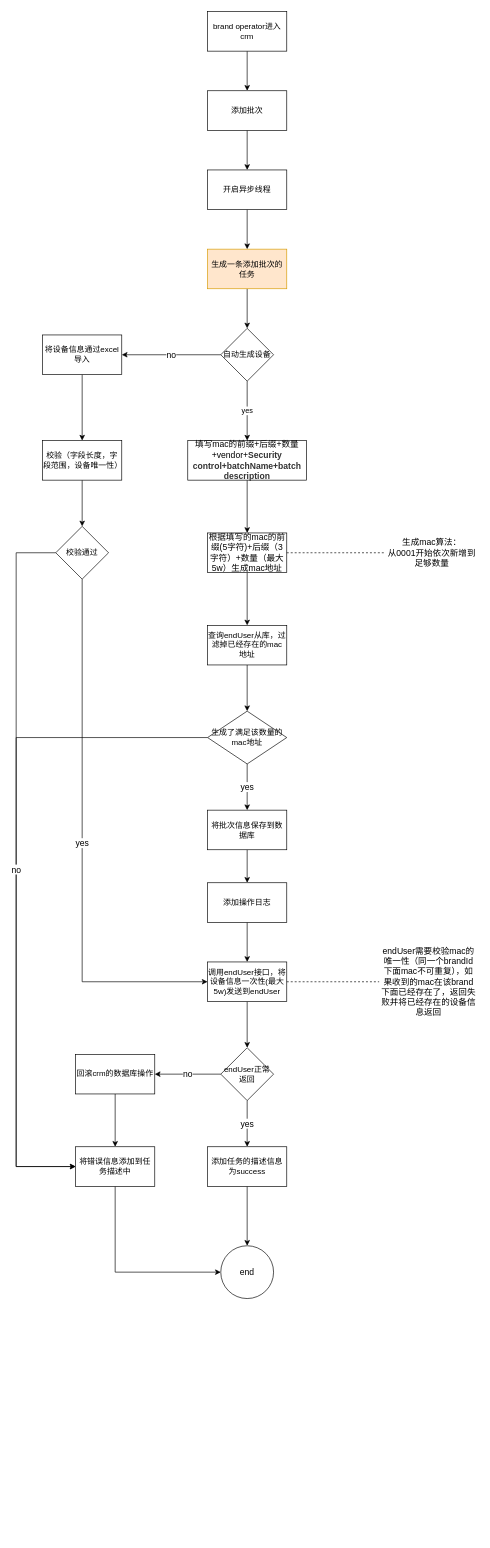
Above: 预付费.drawio in zqhait/drawio (draw.io), before the change. Source tidied: cells renumbered, new cells numbered last; positions are measured from the earlier drawing's top-left corner, leaving out a move shared by most shapes. Both pictures are drawn from the tidied source at 66%, with x=0, y=0 at pixel (16, 11).
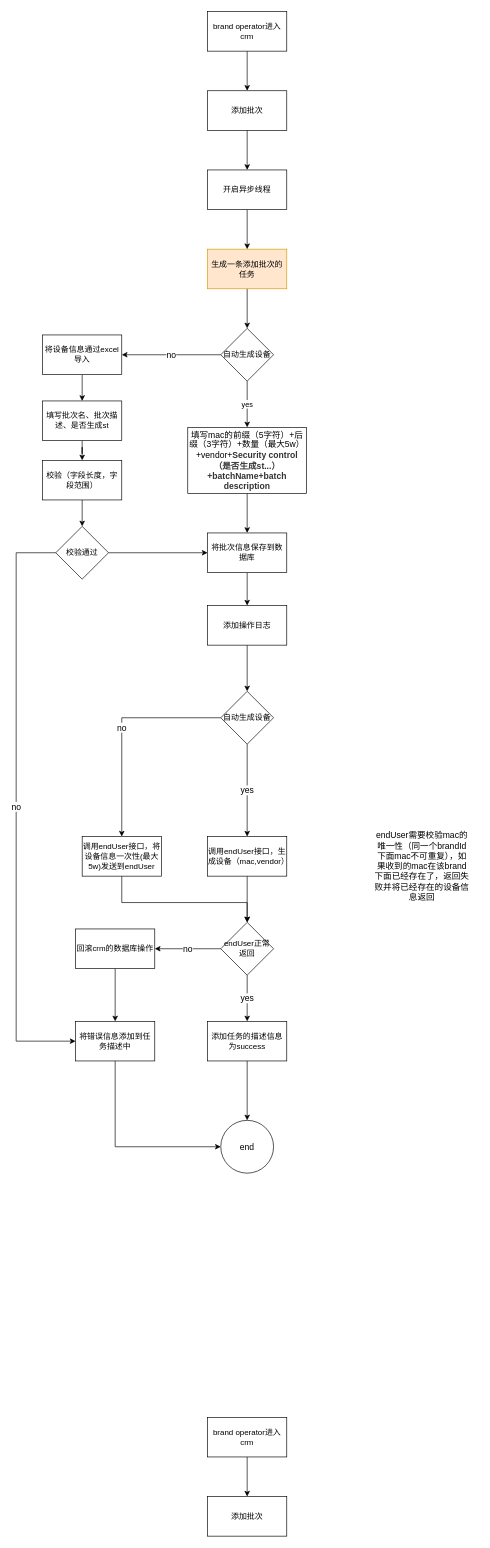
The same page after the edit.

Commit message:
更新预付费.drawio

The change refers to these unchanged cells:
```xml
<mxCell id="40" value="将设备信息通过excel导入" style="whiteSpace=wrap;html=1;rounded=0;" parent="1" vertex="1">
  <mxGeometry x="40" y="490" width="120" height="60" as="geometry" />
</mxCell>
<mxCell id="45" value="校验通过" style="rhombus;whiteSpace=wrap;html=1;rounded=0;" parent="1" vertex="1">
  <mxGeometry x="60" y="780" width="80" height="80" as="geometry" />
</mxCell>
```

The edit, as a diff of the source:
```diff
@@
-    <mxCell id="7" style="edgeStyle=orthogonalEdgeStyle;rounded=0;jettySize=auto;html=1;fontSize=13;" parent="1" edge="1" source="8" target="10">
-      <mxGeometry relative="1" as="geometry" />
-    </mxCell>
+    <mxCell id="49" style="edgeStyle=orthogonalEdgeStyle;rounded=0;jettySize=auto;html=1;fontSize=13;" parent="1" edge="1" source="8" target="23">
+      <mxGeometry relative="1" as="geometry" />
+    </mxCell>
-    <mxCell id="8" value="&lt;font style=&quot;font-size: 13px;&quot;&gt;填写mac的前缀+后缀+数量+vendor+&lt;span style=&quot;color: rgb(51, 51, 51); font-family: &amp;quot;Arial Negreta&amp;quot;, &amp;quot;Arial Normal&amp;quot;, Arial, sans-serif; font-weight: 700; text-align: left;&quot;&gt;Security control+batchName+batch description&lt;/span&gt;&lt;/font&gt;" style="whiteSpace=wrap;html=1;rounded=0;" parent="1" vertex="1">
-      <mxGeometry x="260" y="650" width="180" height="60" as="geometry" />
+    <mxCell id="8" value="&lt;font style=&quot;font-size: 13px;&quot;&gt;填写mac的前缀（5字符）+后缀（3字符）+数量（最大5w）+vendor+&lt;span style=&quot;color: rgb(51, 51, 51); font-family: &amp;quot;Arial Negreta&amp;quot;, &amp;quot;Arial Normal&amp;quot;, Arial, sans-serif; font-weight: 700; text-align: left;&quot;&gt;Security control（是否生成st...）+batchName+batch description&lt;/span&gt;&lt;/font&gt;" style="whiteSpace=wrap;html=1;rounded=0;" parent="1" vertex="1">
+      <mxGeometry x="260" y="630" width="180" height="100" as="geometry" />
     </mxCell>
-    <mxCell id="9" style="edgeStyle=orthogonalEdgeStyle;rounded=0;jettySize=auto;html=1;fontSize=13;" parent="1" edge="1" source="10" target="12">
-      <mxGeometry relative="1" as="geometry" />
-    </mxCell>
-    <mxCell id="10" value="&lt;span style=&quot;font-size: 13px;&quot;&gt;根据填写的mac的前缀(5字符)+后缀（3字符）+数量（最大5w）生成mac地址&lt;/span&gt;" style="whiteSpace=wrap;html=1;rounded=0;" parent="1" vertex="1">
-      <mxGeometry x="290" y="790" width="120" height="60" as="geometry" />
-    </mxCell>
-    <mxCell id="11" style="edgeStyle=orthogonalEdgeStyle;rounded=0;jettySize=auto;html=1;fontSize=13;" parent="1" edge="1" source="12" target="15">
-      <mxGeometry relative="1" as="geometry" />
-    </mxCell>
-    <mxCell id="12" value="查询endUser从库，过滤掉已经存在的mac地址" style="whiteSpace=wrap;html=1;rounded=0;" parent="1" vertex="1">
-      <mxGeometry x="290" y="930" width="120" height="60" as="geometry" />
-    </mxCell>
-    <mxCell id="13" value="yes" style="edgeStyle=orthogonalEdgeStyle;rounded=0;jettySize=auto;html=1;fontSize=13;" parent="1" edge="1" source="15" target="23">
-      <mxGeometry relative="1" as="geometry" />
-    </mxCell>
-    <mxCell id="14" style="edgeStyle=orthogonalEdgeStyle;rounded=0;jettySize=auto;html=1;entryX=0;entryY=0.5;entryDx=0;entryDy=0;fontSize=13;" parent="1" edge="1" source="15" target="29">
-      <mxGeometry relative="1" as="geometry">
-        <Array as="points">
-          <mxPoint y="1100" />
-          <mxPoint y="1750" />
-        </Array>
-      </mxGeometry>
-    </mxCell>
-    <mxCell id="15" value="生成了满足该数量的mac地址" style="rhombus;whiteSpace=wrap;html=1;rounded=0;" parent="1" vertex="1">
-      <mxGeometry x="290" y="1060" width="120" height="80" as="geometry" />
-    </mxCell>
@@
-    <mxCell id="17" value="调用endUser接口，将设备信息一次性(最大5w)发送到endUser" style="whiteSpace=wrap;html=1;rounded=0;" parent="1" vertex="1">
-      <mxGeometry x="290" y="1440" width="120" height="60" as="geometry" />
+    <mxCell id="17" value="调用endUser接口，生成设备（mac,vendor）" style="whiteSpace=wrap;html=1;rounded=0;" parent="1" vertex="1">
+      <mxGeometry x="290" y="1250" width="120" height="60" as="geometry" />
     </mxCell>
@@
     <mxCell id="20" value="endUser正常返回" style="rhombus;whiteSpace=wrap;html=1;rounded=0;" parent="1" vertex="1">
-      <mxGeometry x="310" y="1570" width="80" height="80" as="geometry" />
+      <mxGeometry x="310" y="1380" width="80" height="80" as="geometry" />
     </mxCell>
     <mxCell id="21" value="end" style="ellipse;whiteSpace=wrap;html=1;fontSize=13;" parent="1" vertex="1">
-      <mxGeometry x="310" y="1870" width="80" height="80" as="geometry" />
+      <mxGeometry x="310" y="1680" width="80" height="80" as="geometry" />
     </mxCell>
@@
     <mxCell id="23" value="将批次信息保存到数据库" style="whiteSpace=wrap;html=1;rounded=0;" parent="1" vertex="1">
-      <mxGeometry x="290" y="1210" width="120" height="60" as="geometry" />
+      <mxGeometry x="290" y="790" width="120" height="60" as="geometry" />
     </mxCell>
-    <mxCell id="24" style="edgeStyle=orthogonalEdgeStyle;rounded=0;jettySize=auto;html=1;fontSize=13;" parent="1" edge="1" source="25" target="17">
-      <mxGeometry relative="1" as="geometry" />
-    </mxCell>
+    <mxCell id="50" style="edgeStyle=orthogonalEdgeStyle;rounded=0;jettySize=auto;html=1;fontSize=13;" parent="1" edge="1" source="25" target="54">
+      <mxGeometry relative="1" as="geometry" />
+    </mxCell>
     <mxCell id="25" value="添加操作日志" style="whiteSpace=wrap;html=1;rounded=0;" parent="1" vertex="1">
-      <mxGeometry x="290" y="1320" width="120" height="60" as="geometry" />
+      <mxGeometry x="290" y="900" width="120" height="60" as="geometry" />
     </mxCell>
@@
     <mxCell id="27" value="回滚crm的数据库操作" style="whiteSpace=wrap;html=1;rounded=0;" parent="1" vertex="1">
-      <mxGeometry x="90" y="1580" width="120" height="60" as="geometry" />
+      <mxGeometry x="90" y="1390" width="120" height="60" as="geometry" />
     </mxCell>
     <mxCell id="28" style="edgeStyle=orthogonalEdgeStyle;rounded=0;jettySize=auto;html=1;entryX=0;entryY=0.5;entryDx=0;entryDy=0;fontSize=13;" parent="1" edge="1" source="29" target="21">
       <mxGeometry relative="1" as="geometry">
         <Array as="points">
-          <mxPoint x="150" y="1910" />
+          <mxPoint x="150" y="1720" />
         </Array>
       </mxGeometry>
     </mxCell>
     <mxCell id="29" value="将错误信息添加到任务描述中" style="whiteSpace=wrap;html=1;rounded=0;" parent="1" vertex="1">
-      <mxGeometry x="90" y="1720" width="120" height="60" as="geometry" />
+      <mxGeometry x="90" y="1530" width="120" height="60" as="geometry" />
     </mxCell>
@@
     <mxCell id="35" value="添加任务的描述信息为success" style="whiteSpace=wrap;html=1;rounded=0;" parent="1" vertex="1">
-      <mxGeometry x="290" y="1720" width="120" height="60" as="geometry" />
+      <mxGeometry x="290" y="1530" width="120" height="60" as="geometry" />
     </mxCell>
     <mxCell id="36" value="endUser需要校验mac的唯一性（同一个brandId下面mac不可重复），如果收到的mac在该brand下面已经存在了，返回失败并将已经存在的设备信息返回" style="text;html=1;strokeColor=none;fillColor=none;align=center;verticalAlign=middle;whiteSpace=wrap;rounded=0;fontSize=13;" parent="1" vertex="1">
-      <mxGeometry x="550" y="1405" width="150" height="130" as="geometry" />
+      <mxGeometry x="540" y="1230" width="150" height="130" as="geometry" />
     </mxCell>
-    <mxCell id="37" value="生成mac算法：&lt;br&gt;从0001开始依次新增到足够数量" style="text;html=1;strokeColor=none;fillColor=none;align=center;verticalAlign=middle;whiteSpace=wrap;rounded=0;fontSize=13;" parent="1" vertex="1">
-      <mxGeometry x="560" y="787.5" width="140" height="65" as="geometry" />
-    </mxCell>
-    <mxCell id="38" style="endArrow=none;dashed=1;html=1;rounded=0;fontSize=13;exitX=1;exitY=0.5;exitDx=0;exitDy=0;" parent="1" edge="1" source="10" target="37">
-      <mxGeometry relative="1" as="geometry" />
-    </mxCell>
-    <mxCell id="39" style="edgeStyle=orthogonalEdgeStyle;rounded=0;jettySize=auto;html=1;fontSize=13;" parent="1" edge="1" source="40" target="42">
-      <mxGeometry relative="1" as="geometry" />
-    </mxCell>
+    <mxCell id="51" style="edgeStyle=orthogonalEdgeStyle;rounded=0;jettySize=auto;html=1;fontSize=13;" parent="1" edge="1" source="40" target="56">
+      <mxGeometry relative="1" as="geometry" />
+    </mxCell>
@@
-    <mxCell id="42" value="校验（字段长度，字段范围，设备唯一性）" style="whiteSpace=wrap;html=1;rounded=0;" parent="1" vertex="1">
-      <mxGeometry x="40" y="650" width="120" height="60" as="geometry" />
+    <mxCell id="42" value="校验（字段长度，字段范围）" style="whiteSpace=wrap;html=1;rounded=0;" parent="1" vertex="1">
+      <mxGeometry x="40" y="680" width="120" height="60" as="geometry" />
     </mxCell>
-    <mxCell id="43" value="yes" style="edgeStyle=orthogonalEdgeStyle;rounded=0;jettySize=auto;html=1;entryX=0;entryY=0.5;entryDx=0;entryDy=0;fontSize=13;" parent="1" edge="1" source="45" target="17">
-      <mxGeometry relative="1" as="geometry">
-        <Array as="points">
-          <mxPoint x="100" y="1470" />
-        </Array>
-      </mxGeometry>
-    </mxCell>
     <mxCell id="44" value="no" style="edgeStyle=orthogonalEdgeStyle;rounded=0;jettySize=auto;html=1;fontSize=13;entryX=0;entryY=0.5;entryDx=0;entryDy=0;" parent="1" edge="1" source="45" target="29">
       <mxGeometry relative="1" as="geometry">
         <Array as="points">
           <mxPoint y="820" />
-          <mxPoint y="1750" />
+          <mxPoint y="1560" />
         </Array>
       </mxGeometry>
     </mxCell>
+    <mxCell id="52" style="edgeStyle=orthogonalEdgeStyle;rounded=0;jettySize=auto;html=1;exitX=1;exitY=0.5;exitDx=0;exitDy=0;entryX=0;entryY=0.5;entryDx=0;entryDy=0;fontSize=13;" parent="1" edge="1" source="45" target="23">
+      <mxGeometry relative="1" as="geometry" />
+    </mxCell>
@@
-    <mxCell id="46" style="endArrow=none;dashed=1;html=1;rounded=0;fontSize=13;exitX=1;exitY=0.5;exitDx=0;exitDy=0;entryX=0;entryY=0.5;entryDx=0;entryDy=0;" parent="1" edge="1" source="17" target="36">
-      <mxGeometry relative="1" as="geometry" />
-    </mxCell>
@@
+    <mxCell id="53" value="no" style="edgeStyle=orthogonalEdgeStyle;rounded=0;jettySize=auto;html=1;entryX=0.5;entryY=0;entryDx=0;entryDy=0;fontSize=13;" parent="1" edge="1" source="54" target="58">
+      <mxGeometry relative="1" as="geometry" />
+    </mxCell>
+    <mxCell id="13" value="yes" style="edgeStyle=orthogonalEdgeStyle;rounded=0;jettySize=auto;html=1;fontSize=13;" parent="1" edge="1" source="54" target="17">
+      <mxGeometry relative="1" as="geometry" />
+    </mxCell>
+    <mxCell id="54" value="自动生成设备" style="rhombus;whiteSpace=wrap;html=1;rounded=0;" parent="1" vertex="1">
+      <mxGeometry x="310" y="1030" width="80" height="80" as="geometry" />
+    </mxCell>
+    <mxCell id="55" style="edgeStyle=orthogonalEdgeStyle;rounded=0;jettySize=auto;html=1;fontSize=13;" parent="1" edge="1" source="56" target="42">
+      <mxGeometry relative="1" as="geometry" />
+    </mxCell>
+    <mxCell id="56" value="填写批次名、批次描述、是否生成st" style="whiteSpace=wrap;html=1;rounded=0;" parent="1" vertex="1">
+      <mxGeometry x="40" y="590" width="120" height="60" as="geometry" />
+    </mxCell>
+    <mxCell id="57" style="edgeStyle=orthogonalEdgeStyle;rounded=0;jettySize=auto;html=1;entryX=0.5;entryY=0;entryDx=0;entryDy=0;fontSize=13;" parent="1" edge="1" source="58" target="20">
+      <mxGeometry relative="1" as="geometry">
+        <Array as="points">
+          <mxPoint x="160" y="1350" />
+          <mxPoint x="350" y="1350" />
+        </Array>
+      </mxGeometry>
+    </mxCell>
+    <mxCell id="58" value="调用endUser接口，将设备信息一次性(最大5w)发送到endUser" style="whiteSpace=wrap;html=1;rounded=0;" parent="1" vertex="1">
+      <mxGeometry x="100" y="1250" width="120" height="60" as="geometry" />
+    </mxCell>
+    <mxCell id="59" value="添加批次" style="rounded=0;whiteSpace=wrap;html=1;" parent="1" vertex="1">
+      <mxGeometry x="290" y="2250" width="120" height="60" as="geometry" />
+    </mxCell>
+    <mxCell id="60" style="edgeStyle=orthogonalEdgeStyle;rounded=0;jettySize=auto;html=1;fontSize=13;" parent="1" edge="1" source="61" target="59">
+      <mxGeometry relative="1" as="geometry" />
+    </mxCell>
+    <mxCell id="61" value="brand operator进入crm" style="rounded=0;whiteSpace=wrap;html=1;" parent="1" vertex="1">
+      <mxGeometry x="290" y="2130" width="120" height="60" as="geometry" />
+    </mxCell>
```
